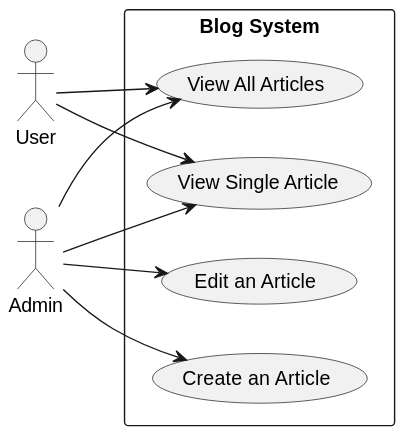
Before: docs/assets/Analyse.svg, a diagram exported from PlantUML (Suirita/13.Eloquence_advanced).
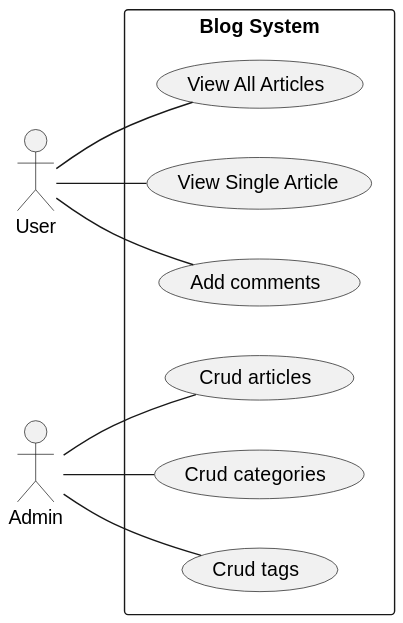
The same file after the commit.

The edit, as a diff of the source:
```diff
@@ -6,15 +6,20 @@
 rectangle "Blog System" {
     usecase "View All Articles" as UC_ViewArticles
     usecase "View Single Article" as UC_ViewArticle
-    usecase "Edit an Article" as UC_EditArticle
-    usecase "Create an Article" as UC_CreateArticle
+    usecase "Add comments" as UC_AddComments
+
+    usecase "Crud articles" as UC_CrudArticles
+    usecase "Crud categories" as UC_CrudCategories
+    usecase "Crud tags" as UC_CrudTags
+
 }
 
-user --> UC_ViewArticles
-user --> UC_ViewArticle
 
-admin --> UC_ViewArticles
-admin --> UC_ViewArticle
-admin --> UC_EditArticle
-admin --> UC_CreateArticle
+user -- UC_ViewArticle
+user -- UC_ViewArticles
+user -- UC_AddComments
+
+admin -- UC_CrudArticles
+admin -- UC_CrudCategories
+admin -- UC_CrudTags
 @enduml
```
